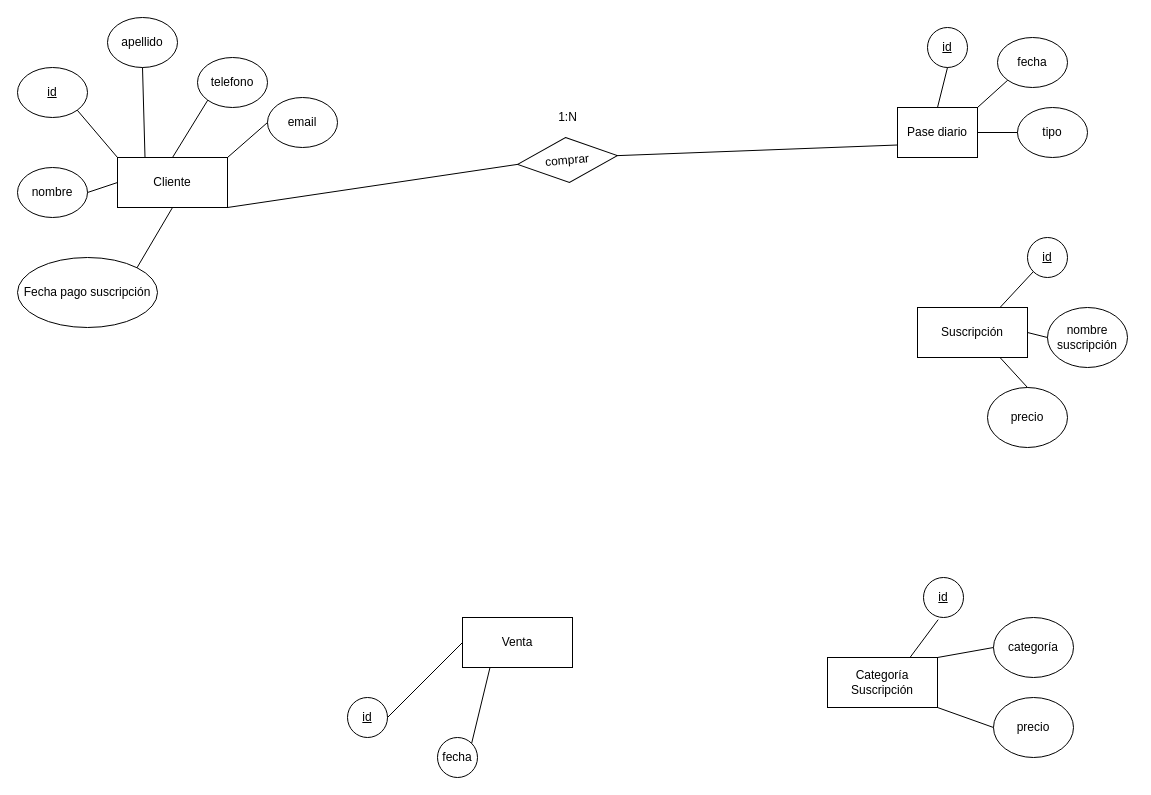
Joaoguzman/ejercicio_bbdd keeps this draw.io diagram as diagrama ER/Diagrama Entidad-Relación.drawio. Above is the earlier version. Source tidied: cells renumbered, new cells numbered last; positions are measured from the earlier drawing's top-left corner, leaving out a move shared by most shapes. Both pictures are drawn from the tidied source at 100%, with x=0, y=0 at pixel (17, 17).
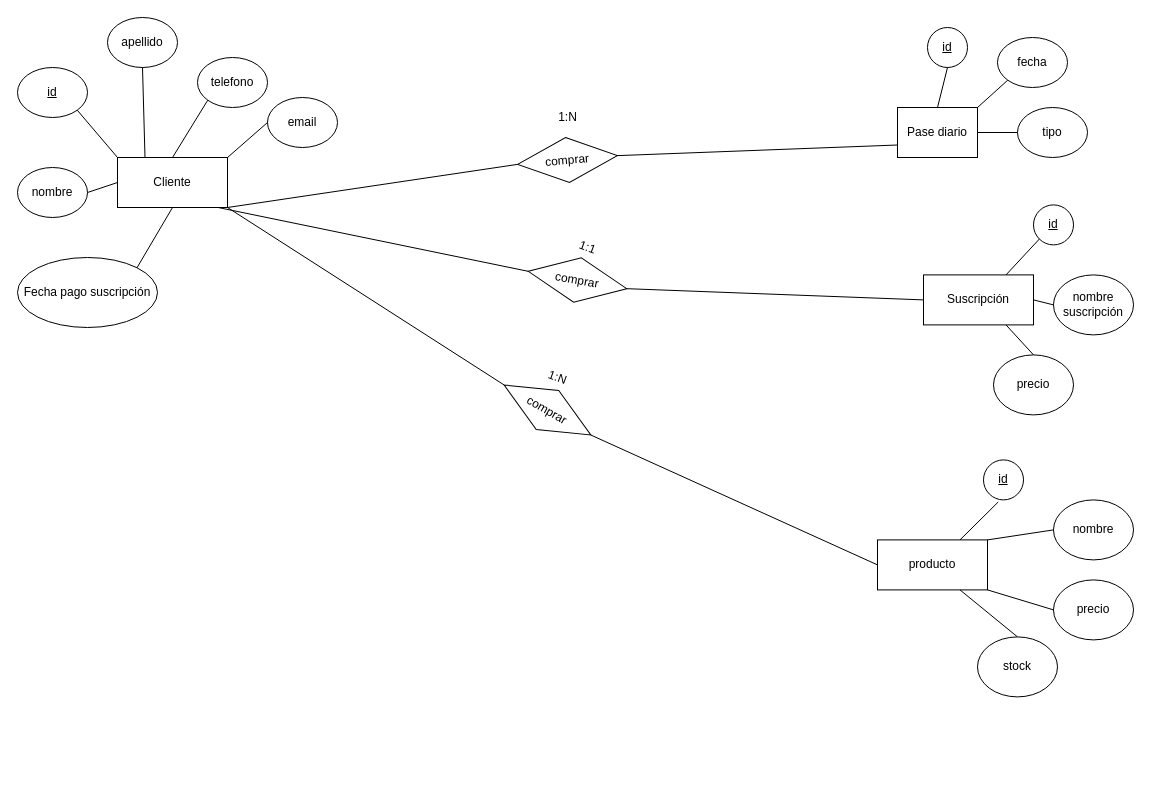
Above is the later version.

The change refers to these unchanged cells:
```xml
<mxCell id="2" value="Cliente" style="rounded=0;whiteSpace=wrap;html=1;" parent="1" vertex="1">
  <mxGeometry x="100" y="140" width="110" height="50" as="geometry" />
</mxCell>
```

Diff of the diagram source:
```diff
@@
     <mxCell id="4" value="Suscripción" style="rounded=0;whiteSpace=wrap;html=1;" parent="1" vertex="1">
-      <mxGeometry x="900" y="290" width="110" height="50" as="geometry" />
+      <mxGeometry x="906" y="257.4" width="110" height="50" as="geometry" />
     </mxCell>
-    <mxCell id="5" value="Categoría Suscripción" style="rounded=0;whiteSpace=wrap;html=1;" parent="1" vertex="1">
-      <mxGeometry x="810" y="640" width="110" height="50" as="geometry" />
+    <mxCell id="5" value="producto" style="rounded=0;whiteSpace=wrap;html=1;" parent="1" vertex="1">
+      <mxGeometry x="860" y="522.4" width="110" height="50" as="geometry" />
     </mxCell>
@@
     <mxCell id="24" value="&lt;u&gt;id&lt;/u&gt;" style="ellipse;whiteSpace=wrap;html=1;" parent="1" vertex="1">
-      <mxGeometry x="1010" y="220" width="40" height="40" as="geometry" />
+      <mxGeometry x="1016" y="187.4" width="40" height="40" as="geometry" />
     </mxCell>
     <mxCell id="25" value="nombre suscripción" style="ellipse;whiteSpace=wrap;html=1;" parent="1" vertex="1">
-      <mxGeometry x="1030" y="290" width="80" height="60" as="geometry" />
+      <mxGeometry x="1036" y="257.4" width="80" height="60" as="geometry" />
     </mxCell>
     <mxCell id="26" value="precio" style="ellipse;whiteSpace=wrap;html=1;" parent="1" vertex="1">
-      <mxGeometry x="970" y="370" width="80" height="60" as="geometry" />
+      <mxGeometry x="976" y="337.4" width="80" height="60" as="geometry" />
     </mxCell>
@@
-    <mxCell id="30" value="categoría" style="ellipse;whiteSpace=wrap;html=1;" parent="1" vertex="1">
-      <mxGeometry x="976" y="600" width="80" height="60" as="geometry" />
+    <mxCell id="30" value="nombre" style="ellipse;whiteSpace=wrap;html=1;" parent="1" vertex="1">
+      <mxGeometry x="1036" y="482.4" width="80" height="60" as="geometry" />
     </mxCell>
@@
     <mxCell id="32" value="&lt;u&gt;id&lt;/u&gt;" style="ellipse;whiteSpace=wrap;html=1;" parent="1" vertex="1">
-      <mxGeometry x="906" y="560" width="40" height="40" as="geometry" />
+      <mxGeometry x="966" y="442.4" width="40" height="40" as="geometry" />
     </mxCell>
@@
     <mxCell id="34" value="precio" style="ellipse;whiteSpace=wrap;html=1;" parent="1" vertex="1">
-      <mxGeometry x="976" y="680" width="80" height="60" as="geometry" />
+      <mxGeometry x="1036" y="562.4" width="80" height="60" as="geometry" />
     </mxCell>
@@
-    <mxCell id="40" value="Venta" style="rounded=0;whiteSpace=wrap;html=1;" parent="1" vertex="1">
-      <mxGeometry x="445" y="600" width="110" height="50" as="geometry" />
-    </mxCell>
-    <mxCell id="41" value="&lt;u&gt;id&lt;/u&gt;" style="ellipse;whiteSpace=wrap;html=1;" parent="1" vertex="1">
-      <mxGeometry x="330" y="680" width="40" height="40" as="geometry" />
-    </mxCell>
-    <mxCell id="42" style="endArrow=none;html=1;exitX=1;exitY=0.5;exitDx=0;exitDy=0;entryX=0;entryY=0.5;entryDx=0;entryDy=0;" parent="1" edge="1" source="41" target="40">
-      <mxGeometry relative="1" as="geometry" />
-    </mxCell>
-    <mxCell id="43" value="fecha" style="ellipse;whiteSpace=wrap;html=1;" parent="1" vertex="1">
-      <mxGeometry x="420" y="720" width="40" height="40" as="geometry" />
-    </mxCell>
-    <mxCell id="44" style="endArrow=none;html=1;exitX=1;exitY=0;exitDx=0;exitDy=0;entryX=0.25;entryY=1;entryDx=0;entryDy=0;" parent="1" edge="1" source="43" target="40">
-      <mxGeometry relative="1" as="geometry" />
-    </mxCell>
+    <mxCell id="45" value="comprar" style="rhombus;whiteSpace=wrap;html=1;rotation=10;" parent="1" vertex="1">
+      <mxGeometry x="510" y="240" width="100" height="45" as="geometry" />
+    </mxCell>
+    <mxCell id="46" style="endArrow=none;html=1;entryX=0.921;entryY=1.003;entryDx=0;entryDy=0;exitX=0;exitY=0.5;exitDx=0;exitDy=0;entryPerimeter=0;" parent="1" edge="1" source="45" target="2">
+      <mxGeometry relative="1" as="geometry" />
+    </mxCell>
+    <mxCell id="47" style="endArrow=none;html=1;entryX=1;entryY=0.5;entryDx=0;entryDy=0;exitX=0;exitY=0.5;exitDx=0;exitDy=0;" parent="1" edge="1" source="4" target="45">
+      <mxGeometry relative="1" as="geometry" />
+    </mxCell>
+    <mxCell id="48" value="1:1" style="text;html=1;align=center;verticalAlign=middle;rotation=20;" parent="1" vertex="1">
+      <mxGeometry x="555" y="220" width="30" height="20" as="geometry" />
+    </mxCell>
+    <mxCell id="49" value="stock" style="ellipse;whiteSpace=wrap;html=1;" parent="1" vertex="1">
+      <mxGeometry x="960" y="619.4" width="80" height="60" as="geometry" />
+    </mxCell>
+    <mxCell id="50" style="endArrow=none;html=1;exitX=0.75;exitY=1;exitDx=0;exitDy=0;entryX=0.5;entryY=0;entryDx=0;entryDy=0;" parent="1" edge="1" source="5" target="49">
+      <mxGeometry relative="1" as="geometry" />
+    </mxCell>
+    <mxCell id="51" value="comprar" style="rhombus;whiteSpace=wrap;html=1;rotation=30;" parent="1" vertex="1">
+      <mxGeometry x="480" y="370" width="100" height="45" as="geometry" />
+    </mxCell>
+    <mxCell id="52" style="endArrow=none;html=1;entryX=1;entryY=1;entryDx=0;entryDy=0;exitX=0;exitY=0.5;exitDx=0;exitDy=0;" parent="1" edge="1" source="51" target="2">
+      <mxGeometry relative="1" as="geometry" />
+    </mxCell>
+    <mxCell id="53" style="endArrow=none;html=1;entryX=1;entryY=0.5;entryDx=0;entryDy=0;exitX=0;exitY=0.5;exitDx=0;exitDy=0;" parent="1" edge="1" source="5" target="51">
+      <mxGeometry relative="1" as="geometry" />
+    </mxCell>
+    <mxCell id="54" value="1:N" style="text;html=1;align=center;verticalAlign=middle;rotation=20;" parent="1" vertex="1">
+      <mxGeometry x="525" y="350" width="30" height="20" as="geometry" />
+    </mxCell>
```
